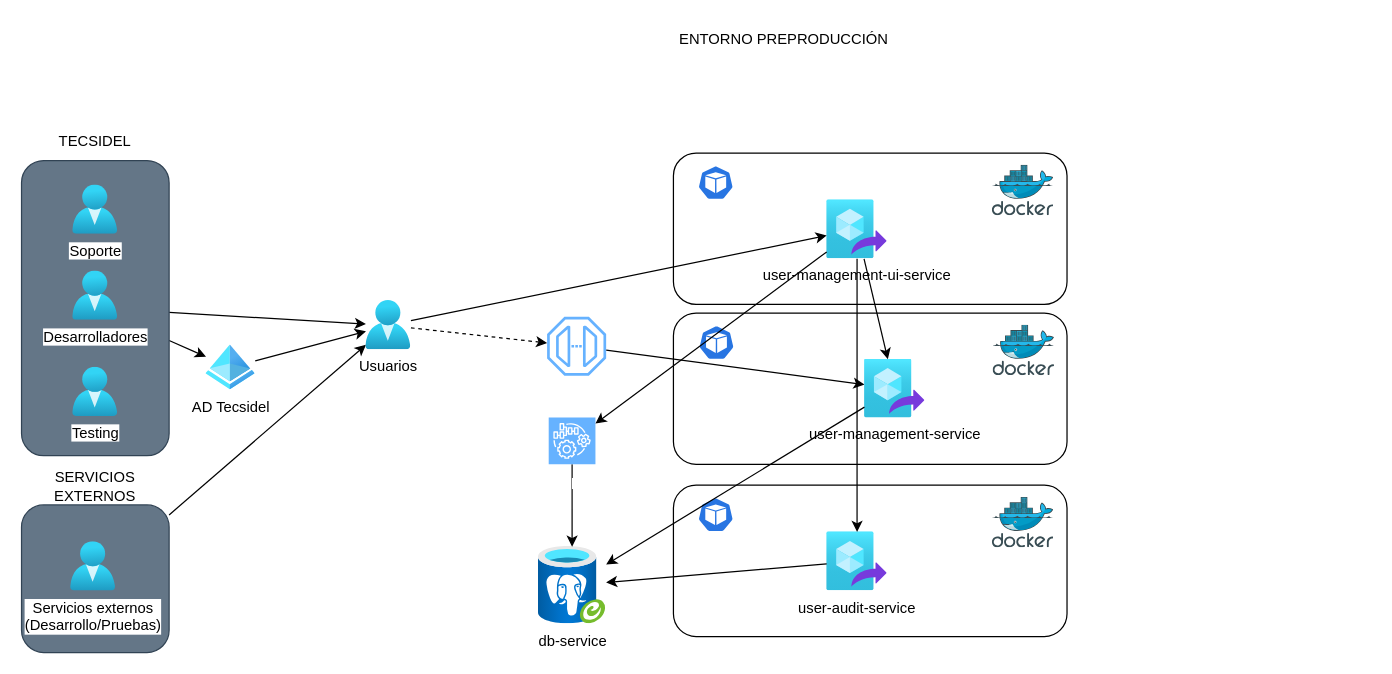
The draw.io diagram docs/arch-test.drawio in mikemonzo/user-management, before the edit. Source tidied: cells renumbered, new cells numbered last; positions are measured from the earlier drawing's top-left corner, leaving out a move shared by most shapes. Both pictures are drawn from the tidied source at 123%, with x=0, y=0 at pixel (21, 21).
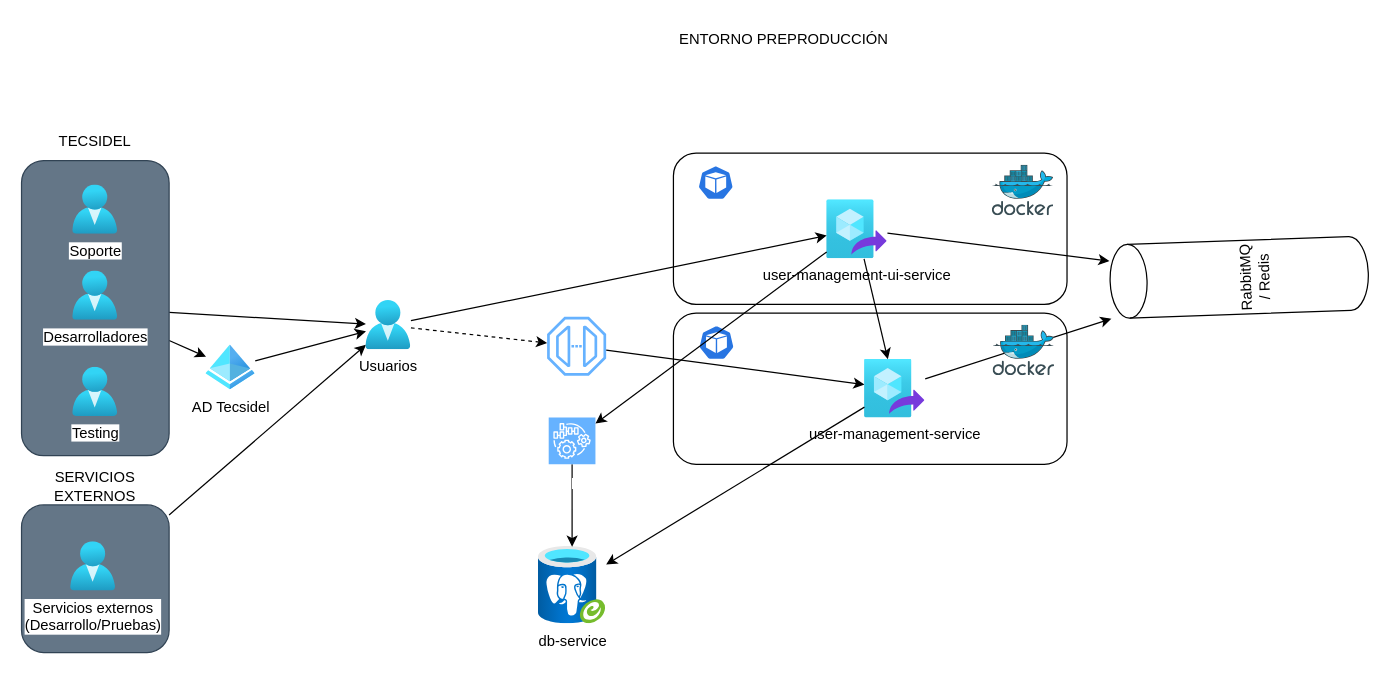
The same page after the edit.

Unchanged cells that the change refers to:
```xml
<mxCell id="5" value="user-management-ui-service" style="html=1;points=[];align=center;image;fontSize=12;image=img/lib/azure2/compute/Image_Definitions.svg;fillColor=#CCCCCC;" parent="2" vertex="1">
  <mxGeometry x="124.6" y="38" width="49.4" height="47.9" as="geometry" />
</mxCell>
<mxCell id="30" value="user-management-service" style="html=1;points=[];align=center;image;fontSize=12;image=img/lib/azure2/compute/Image_Definitions.svg;fillColor=#CCCCCC;" parent="1" vertex="1">
  <mxGeometry x="685.3" y="274.5" width="49.4" height="47.9" as="geometry" />
</mxCell>
<mxCell id="33" value="db-service" style="html=1;points=[];align=center;image;fontSize=12;image=img/lib/azure2/databases/Azure_Database_PostgreSQL_Server_Group.svg;" parent="1" vertex="1">
  <mxGeometry x="420" y="427" width="55.3" height="62.7" as="geometry" />
</mxCell>
```

What changed in the source:
```diff
@@
+    <mxCell id="45" style="edgeStyle=none;html=1;" parent="1" edge="1" source="30" target="46">
+      <mxGeometry relative="1" as="geometry" />
+    </mxCell>
@@
-    <mxCell id="34" style="group;" parent="1" vertex="1">
-      <mxGeometry x="530" y="377" width="320" height="123" as="geometry" />
-    </mxCell>
-    <mxCell id="35" style="rounded=1;whiteSpace=wrap;html=1;" parent="34" vertex="1">
-      <mxGeometry width="320" height="123" as="geometry" />
-    </mxCell>
-    <mxCell id="36" style="sketch=0;html=1;dashed=0;whitespace=wrap;fillColor=#2875E2;strokeColor=#ffffff;verticalLabelPosition=bottom;align=center;verticalAlign=top;shape=mxgraph.kubernetes.icon;prIcon=pod;" parent="34" vertex="1">
-      <mxGeometry x="19.4" y="10" width="30" height="28" as="geometry" />
-    </mxCell>
-    <mxCell id="37" value="user-audit-service" style="html=1;points=[];align=center;image;fontSize=12;image=img/lib/azure2/compute/Image_Definitions.svg;fillColor=#CCCCCC;" parent="34" vertex="1">
-      <mxGeometry x="124.6" y="38" width="49.4" height="47.9" as="geometry" />
-    </mxCell>
-    <mxCell id="38" style="sketch=0;html=1;align=center;image;fontSize=12;image=img/lib/mscae/Docker.svg;fillColor=#CCCCCC;" parent="34" vertex="1">
-      <mxGeometry x="259.4" y="10" width="50" height="41" as="geometry" />
-    </mxCell>
-    <mxCell id="39" style="edgeStyle=none;html=1;" parent="1" edge="1" source="5" target="37">
-      <mxGeometry relative="1" as="geometry" />
-    </mxCell>
-    <mxCell id="40" style="edgeStyle=none;html=1;" parent="1" edge="1" source="37" target="33">
-      <mxGeometry relative="1" as="geometry" />
-    </mxCell>
@@
+    <mxCell id="46" value="RabbitMQ / Redis" style="shape=cylinder3;whiteSpace=wrap;html=1;boundedLbl=1;backgroundOutline=1;size=15;rotation=-92;" parent="1" vertex="1">
+      <mxGeometry x="960" y="103" width="60" height="210" as="geometry" />
+    </mxCell>
+    <mxCell id="47" style="edgeStyle=none;html=1;" parent="1" edge="1" source="5" target="46">
+      <mxGeometry relative="1" as="geometry" />
+    </mxCell>
```
